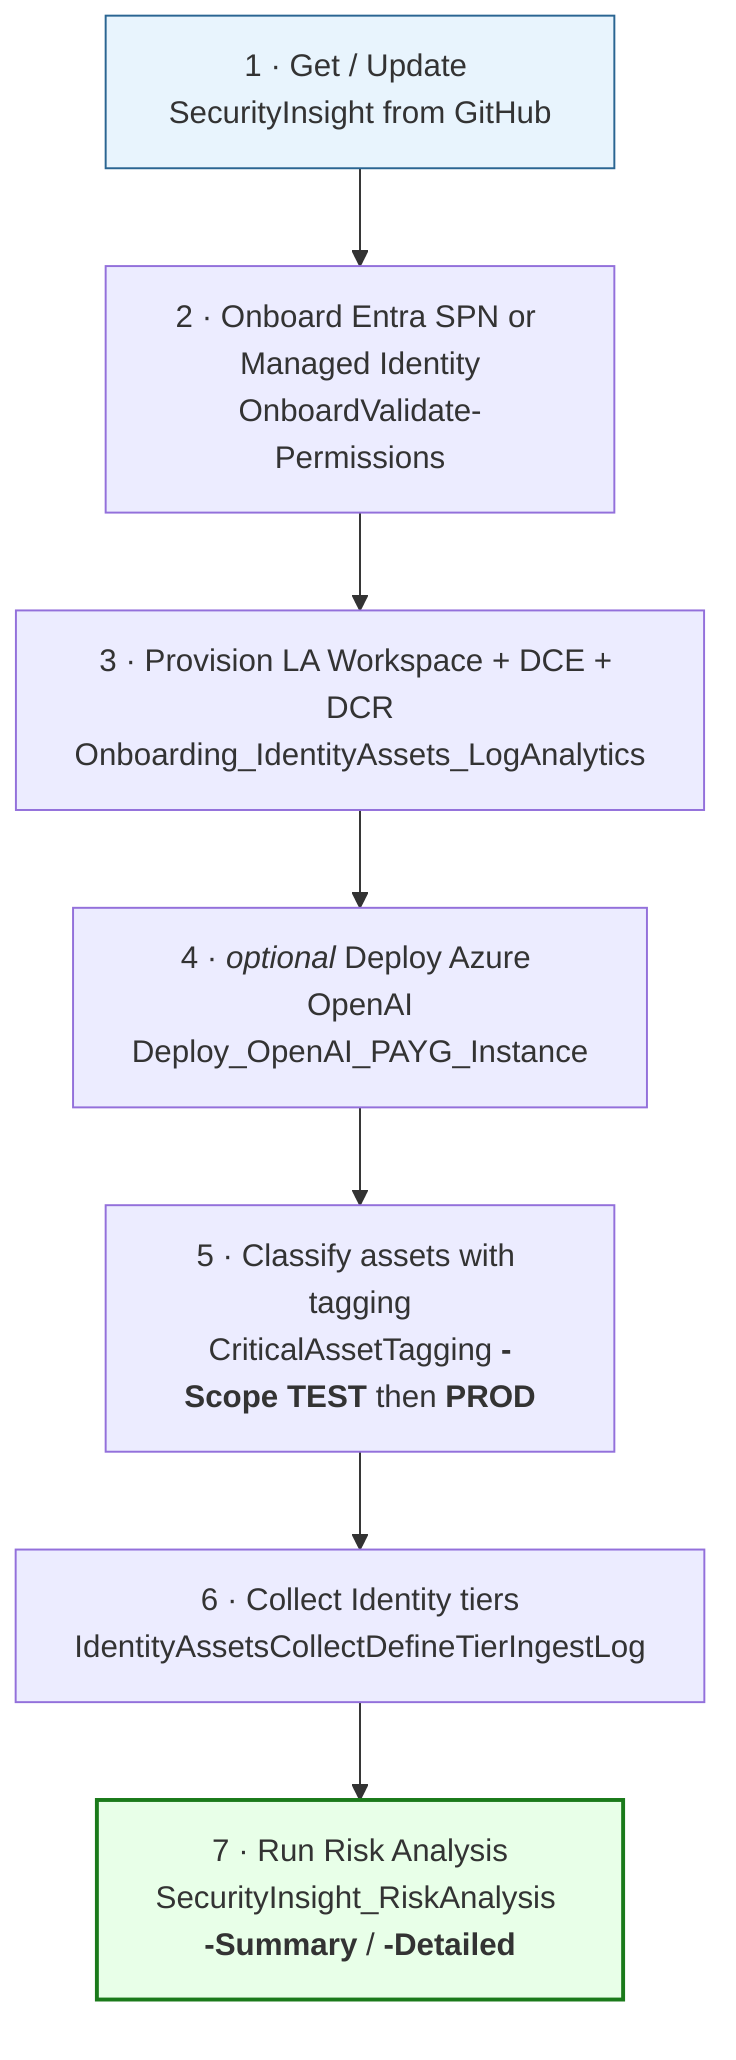
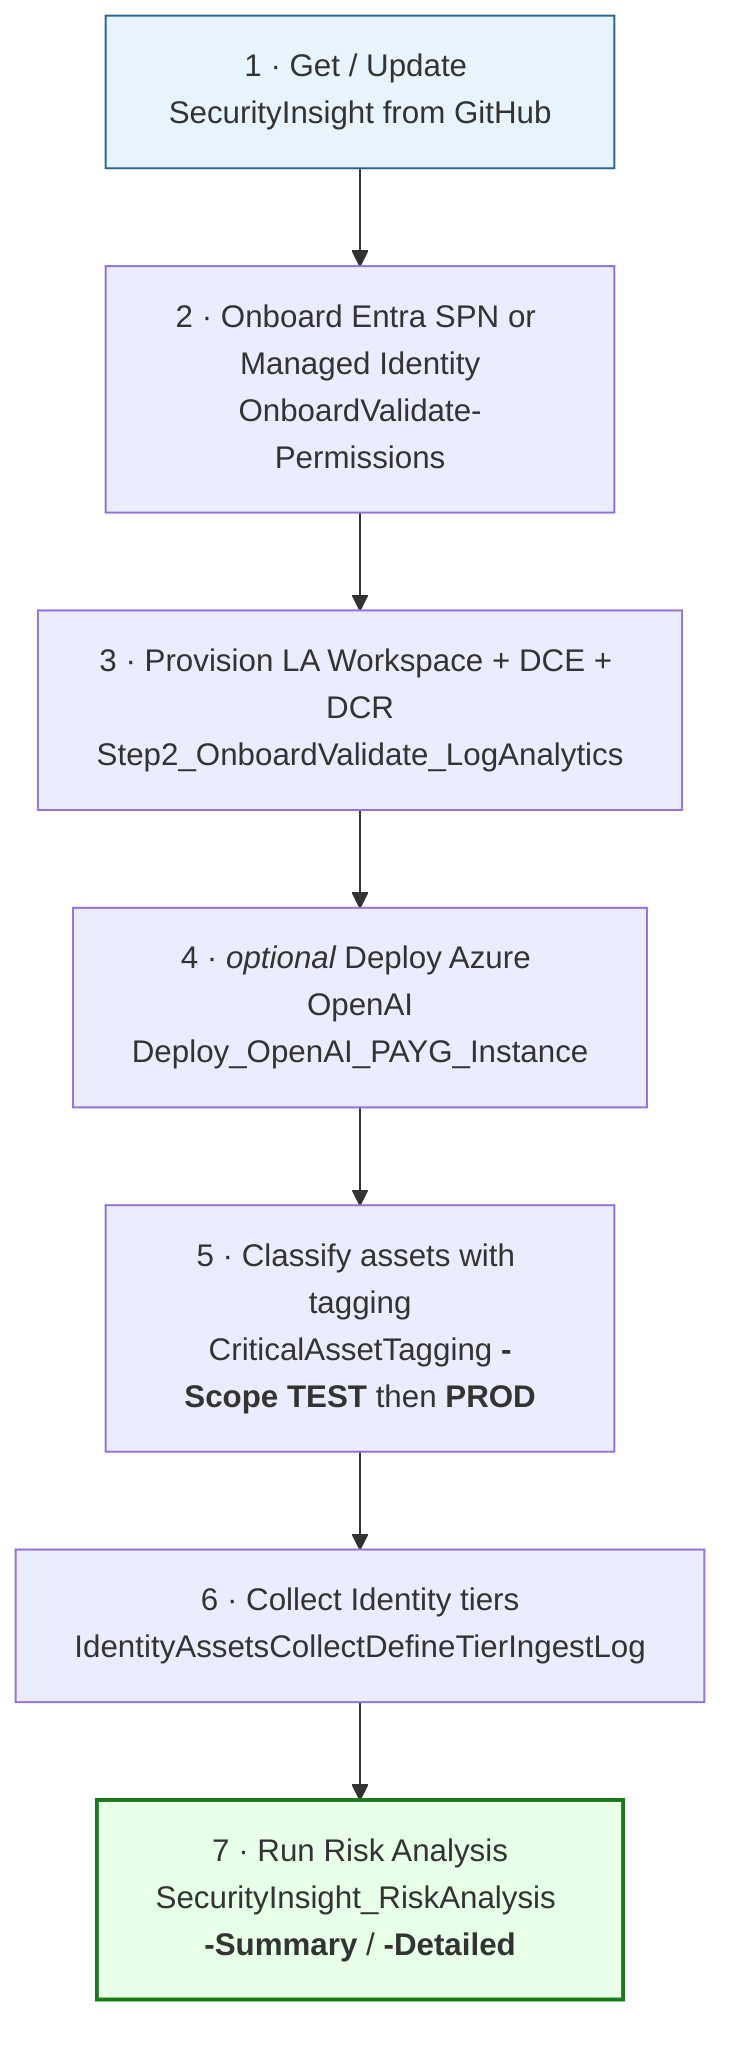
%% 7-step quick-start workflow: from GitHub download to running Risk Analysis.
%% Used in README § 3.1 (High-level overview).
flowchart TD
    S1[1 · Get / Update SecurityInsight from GitHub] --> S2[2 · Onboard Entra SPN or Managed Identity<br/>OnboardValidate-Permissions]
-     S2 --> S3[3 · Provision LA Workspace + DCE + DCR<br/>Onboarding_IdentityAssets_LogAnalytics]
+     S2 --> S3[3 · Provision LA Workspace + DCE + DCR<br/>Step2_OnboardValidate_LogAnalytics]
    S3 --> S4[4 · <i>optional</i> Deploy Azure OpenAI<br/>Deploy_OpenAI_PAYG_Instance]
    S4 --> S5[5 · Classify assets with tagging<br/>CriticalAssetTagging <b>-Scope TEST</b> then <b>PROD</b>]
    S5 --> S6[6 · Collect Identity tiers<br/>IdentityAssetsCollectDefineTierIngestLog]
    S6 --> S7[7 · Run Risk Analysis<br/>SecurityInsight_RiskAnalysis <b>-Summary</b> / <b>-Detailed</b>]
    style S1 fill:#e8f4fd,stroke:#2a6592
    style S7 fill:#e8ffe8,stroke:#1a7a1a,stroke-width:2px
